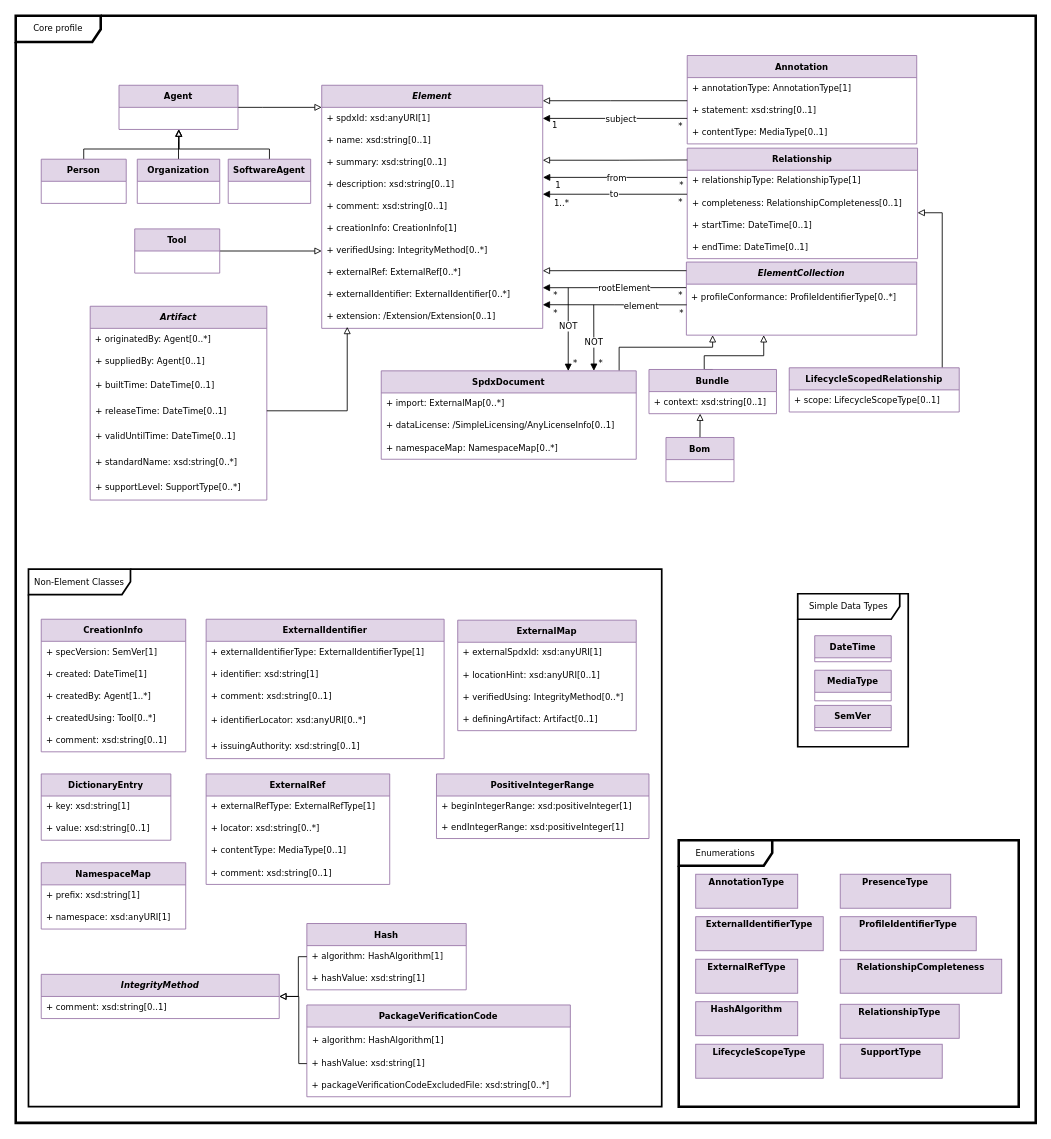
The draw.io diagram page "Core" (1 of 8) of docs/model.drawio in spdx/spdx-3-model, before the edit. Source tidied: cells renumbered, new cells numbered last; positions are measured from the earlier drawing's top-left corner, leaving out a move shared by most shapes. Both pictures are drawn from the tidied source at 85%, with x=0, y=0 at pixel (15, 15).
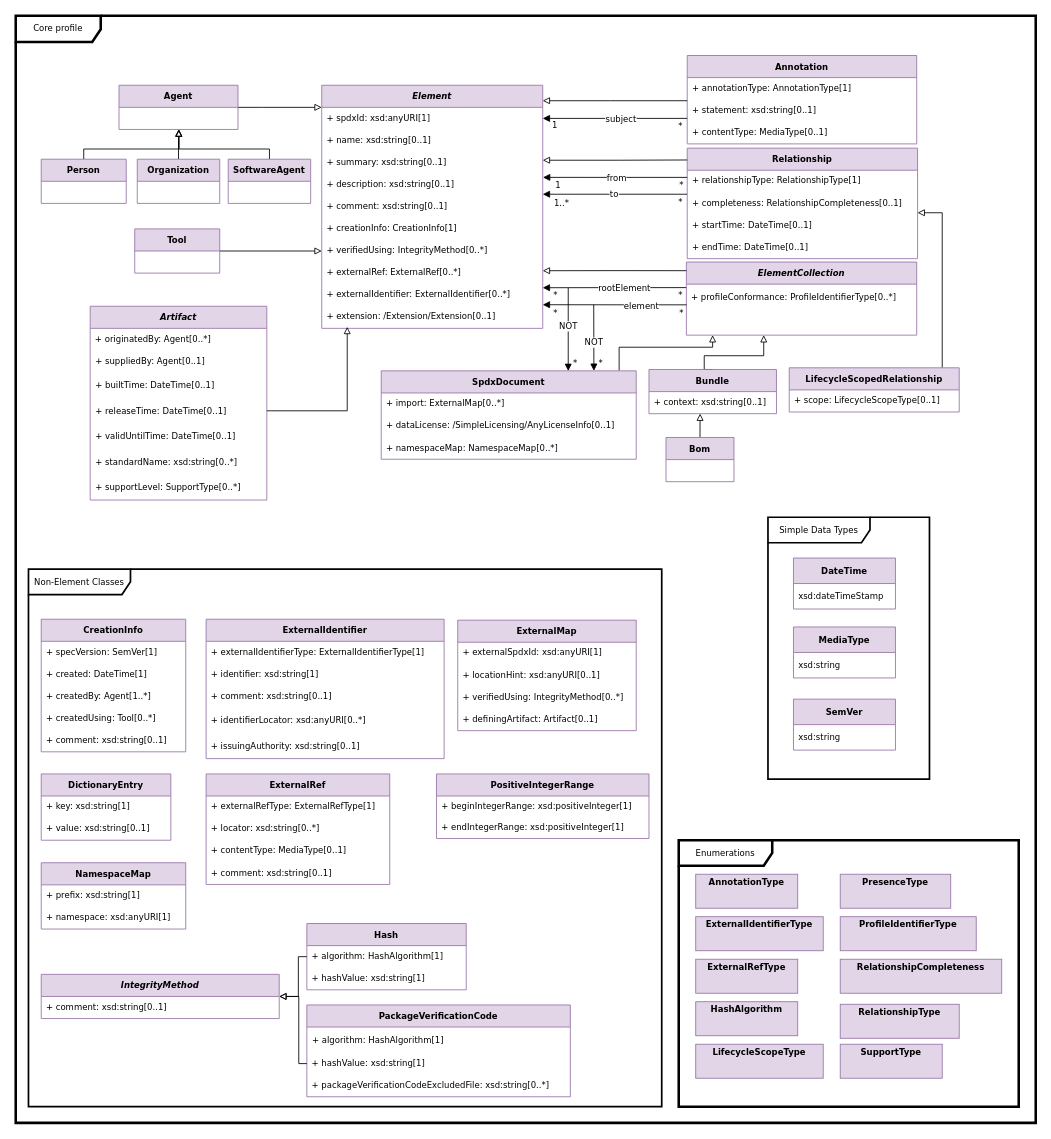
Above is the later version.

Commit message (it also covers changes not shown here):
Adds primitive data types to Datatypes

Change to the diagram source:
```diff
@@
     <mxCell id="3" value="Simple Data Types" style="shape=umlFrame;whiteSpace=wrap;html=1;width=120;height=30;strokeWidth=2;fontFamily=Verdana;fontSize=10;fontStyle=0;" parent="1" vertex="1">
-      <mxGeometry x="920" y="680" width="130" height="180" as="geometry" />
+      <mxGeometry x="885" y="590" width="190" height="308" as="geometry" />
     </mxCell>
@@
-    <mxCell id="90" value="SemVer" style="swimlane;fontStyle=1;horizontal=1;startSize=26;fillColor=#e1d5e7;strokeColor=#9673a6;fontFamily=Verdana;fontSize=10;" parent="1" vertex="1">
-      <mxGeometry x="940" y="811.4" width="90" height="29.8" as="geometry" />
-    </mxCell>
-    <mxCell id="91" value="MediaType" style="swimlane;fontStyle=1;horizontal=1;startSize=26;fillColor=#e1d5e7;strokeColor=#9673A6;fontFamily=Verdana;fontSize=10;" parent="1" vertex="1">
-      <mxGeometry x="940" y="770" width="90" height="36" as="geometry" />
-    </mxCell>
@@
-    <mxCell id="128" value="DateTime" style="swimlane;fontStyle=1;horizontal=1;startSize=26;fillColor=#e1d5e7;strokeColor=#9673a6;fontFamily=Verdana;fontSize=10;" parent="1" vertex="1">
-      <mxGeometry x="940" y="729.4" width="90" height="30.6" as="geometry" />
-    </mxCell>
@@
+    <mxCell id="90" value="&lt;b&gt;SemVer&lt;/b&gt;" style="swimlane;fontStyle=0;horizontal=1;startSize=30;whiteSpace=wrap;html=1;fontFamily=Verdana;fontSize=10;fillColor=#e1d5e7;strokeColor=#9673a6;" parent="1" vertex="1">
+      <mxGeometry x="915" y="804" width="120" height="60" as="geometry" />
+    </mxCell>
+    <mxCell id="146" value="xsd:string" style="text;strokeColor=none;fillColor=none;align=left;verticalAlign=middle;spacingLeft=4;spacingRight=4;overflow=hidden;whiteSpace=wrap;html=1;fontFamily=Verdana;fontSize=10;" parent="90" vertex="1">
+      <mxGeometry y="30" width="120" height="30" as="geometry" />
+    </mxCell>
+    <mxCell id="91" value="&lt;b&gt;MediaType&lt;/b&gt;" style="swimlane;fontStyle=0;horizontal=1;startSize=30;whiteSpace=wrap;html=1;fontFamily=Verdana;fontSize=10;fillColor=#e1d5e7;strokeColor=#9673a6;" parent="1" vertex="1">
+      <mxGeometry x="915" y="719.1" width="120" height="60" as="geometry" />
+    </mxCell>
+    <mxCell id="147" value="xsd:string" style="text;strokeColor=none;fillColor=none;align=left;verticalAlign=middle;spacingLeft=4;spacingRight=4;overflow=hidden;whiteSpace=wrap;html=1;fontFamily=Verdana;fontSize=10;" parent="91" vertex="1">
+      <mxGeometry y="30" width="120" height="30" as="geometry" />
+    </mxCell>
+    <mxCell id="128" value="&lt;b&gt;DateTime&lt;/b&gt;" style="swimlane;fontStyle=0;horizontal=1;startSize=30;whiteSpace=wrap;html=1;fontFamily=Verdana;fontSize=10;fillColor=#e1d5e7;strokeColor=#9673a6;" parent="1" vertex="1">
+      <mxGeometry x="915" y="638" width="120" height="60" as="geometry" />
+    </mxCell>
+    <mxCell id="148" value="xsd:dateTimeStamp" style="text;strokeColor=none;fillColor=none;align=left;verticalAlign=middle;spacingLeft=4;spacingRight=4;overflow=hidden;whiteSpace=wrap;html=1;fontFamily=Verdana;fontSize=10;" parent="128" vertex="1">
+      <mxGeometry y="30" width="120" height="30" as="geometry" />
+    </mxCell>
```
